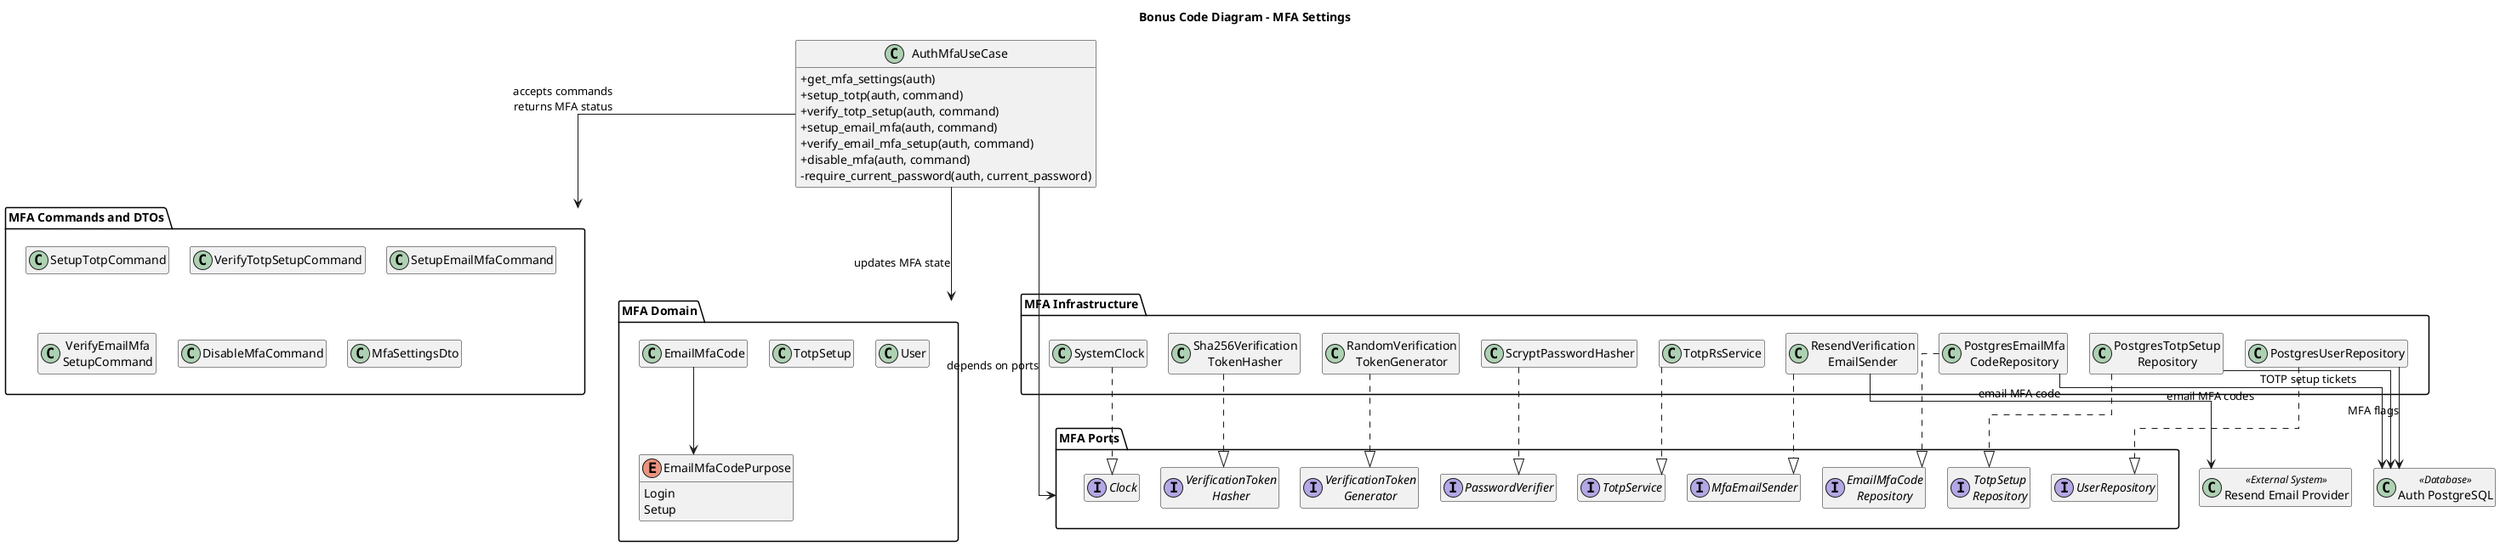
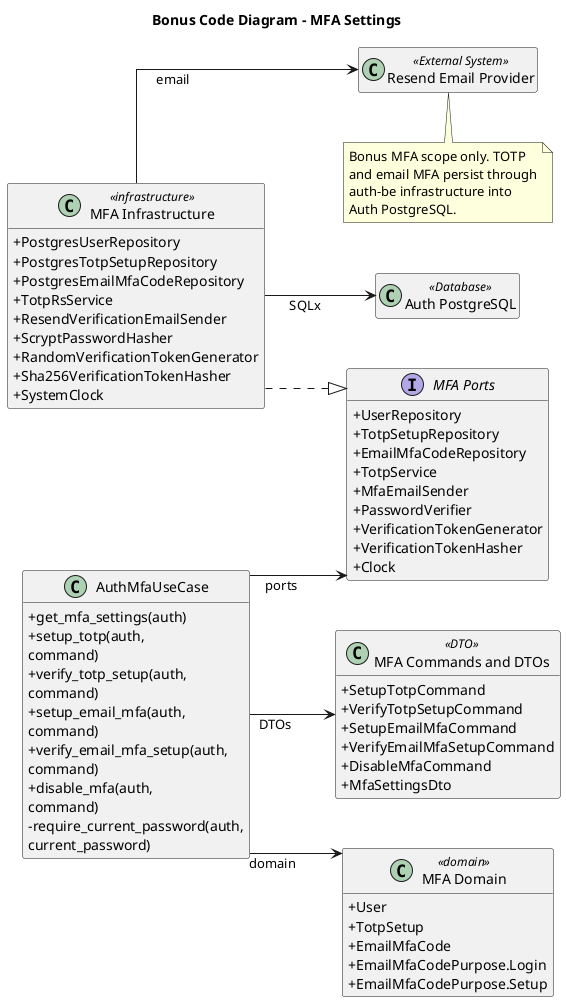
@startuml
title Bonus Code Diagram - MFA Settings
- top to bottom direction
+ left to right direction
skinparam classAttributeIconSize 0
skinparam linetype ortho
- skinparam nodesep 25
- skinparam ranksep 45
+ skinparam nodesep 50
+ skinparam ranksep 70
+ skinparam wrapWidth 190
hide empty members

class AuthMfaUseCase {
  +get_mfa_settings(auth)
  +setup_totp(auth, command)
  +verify_totp_setup(auth, command)
  +setup_email_mfa(auth, command)
  +verify_email_mfa_setup(auth, command)
  +disable_mfa(auth, command)
  -require_current_password(auth, current_password)
}

- package "MFA Commands and DTOs" as DTO {
-   class SetupTotpCommand
-   class VerifyTotpSetupCommand
-   class SetupEmailMfaCommand
-   class "VerifyEmailMfa\nSetupCommand" as VerifyEmailMfaSetupCommand
-   class DisableMfaCommand
-   class MfaSettingsDto
+ class "MFA Commands and DTOs" as MfaDtos <<DTO>> {
+   +SetupTotpCommand
+   +VerifyTotpSetupCommand
+   +SetupEmailMfaCommand
+   +VerifyEmailMfaSetupCommand
+   +DisableMfaCommand
+   +MfaSettingsDto
}

- package "MFA Domain" as DOMAIN {
-   class User
-   class TotpSetup
-   class EmailMfaCode
-   enum EmailMfaCodePurpose {
-     Login
-     Setup
-   }
+ class "MFA Domain" as MfaDomain <<domain>> {
+   +User
+   +TotpSetup
+   +EmailMfaCode
+   +EmailMfaCodePurpose.Login
+   +EmailMfaCodePurpose.Setup
}

- package "MFA Ports" as PORTS {
-   interface UserRepository
-   interface "TotpSetup\nRepository" as TotpSetupRepository
-   interface "EmailMfaCode\nRepository" as EmailMfaCodeRepository
-   interface TotpService
-   interface MfaEmailSender
-   interface PasswordVerifier
-   interface "VerificationToken\nGenerator" as VerificationTokenGenerator
-   interface "VerificationToken\nHasher" as VerificationTokenHasher
-   interface Clock
+ interface "MFA Ports" as MfaPorts {
+   +UserRepository
+   +TotpSetupRepository
+   +EmailMfaCodeRepository
+   +TotpService
+   +MfaEmailSender
+   +PasswordVerifier
+   +VerificationTokenGenerator
+   +VerificationTokenHasher
+   +Clock
}

- package "MFA Infrastructure" as INFRA {
-   class PostgresUserRepository
-   class "PostgresTotpSetup\nRepository" as PostgresTotpSetupRepository
-   class "PostgresEmailMfa\nCodeRepository" as PostgresEmailMfaCodeRepository
-   class TotpRsService
-   class "ResendVerification\nEmailSender" as ResendVerificationEmailSender
-   class ScryptPasswordHasher
-   class "RandomVerification\nTokenGenerator" as RandomVerificationTokenGenerator
-   class "Sha256Verification\nTokenHasher" as Sha256VerificationTokenHasher
-   class SystemClock
+ class "MFA Infrastructure" as MfaInfrastructure <<infrastructure>> {
+   +PostgresUserRepository
+   +PostgresTotpSetupRepository
+   +PostgresEmailMfaCodeRepository
+   +TotpRsService
+   +ResendVerificationEmailSender
+   +ScryptPasswordHasher
+   +RandomVerificationTokenGenerator
+   +Sha256VerificationTokenHasher
+   +SystemClock
}

class "Auth PostgreSQL" as AuthDB <<Database>>
class "Resend Email Provider" as Resend <<External System>>

- DTO -[hidden]down- DOMAIN
- DOMAIN -[hidden]down- PORTS
- PORTS -[hidden]down- INFRA
+ AuthMfaUseCase --> MfaDtos : DTOs
+ AuthMfaUseCase --> MfaDomain : domain
+ AuthMfaUseCase --> MfaPorts : ports
+ MfaInfrastructure ..|> MfaPorts
+ MfaInfrastructure --> AuthDB : SQLx
+ MfaInfrastructure --> Resend : email

- AuthMfaUseCase --> DTO : accepts commands\nreturns MFA status
- AuthMfaUseCase --> DOMAIN : updates MFA state
- AuthMfaUseCase --> PORTS : depends on ports
- 
- EmailMfaCode --> EmailMfaCodePurpose
- 
- PostgresUserRepository ..|> UserRepository
- PostgresTotpSetupRepository ..|> TotpSetupRepository
- PostgresEmailMfaCodeRepository ..|> EmailMfaCodeRepository
- TotpRsService ..|> TotpService
- ResendVerificationEmailSender ..|> MfaEmailSender
- ScryptPasswordHasher ..|> PasswordVerifier
- RandomVerificationTokenGenerator ..|> VerificationTokenGenerator
- Sha256VerificationTokenHasher ..|> VerificationTokenHasher
- SystemClock ..|> Clock
- 
- PostgresUserRepository --> AuthDB : MFA flags
- PostgresTotpSetupRepository --> AuthDB : TOTP setup tickets
- PostgresEmailMfaCodeRepository --> AuthDB : email MFA codes
- ResendVerificationEmailSender --> Resend : email MFA code
+ note bottom
+ Bonus MFA scope only. TOTP and email MFA persist through
+ auth-be infrastructure into Auth PostgreSQL.
+ end note
@enduml
